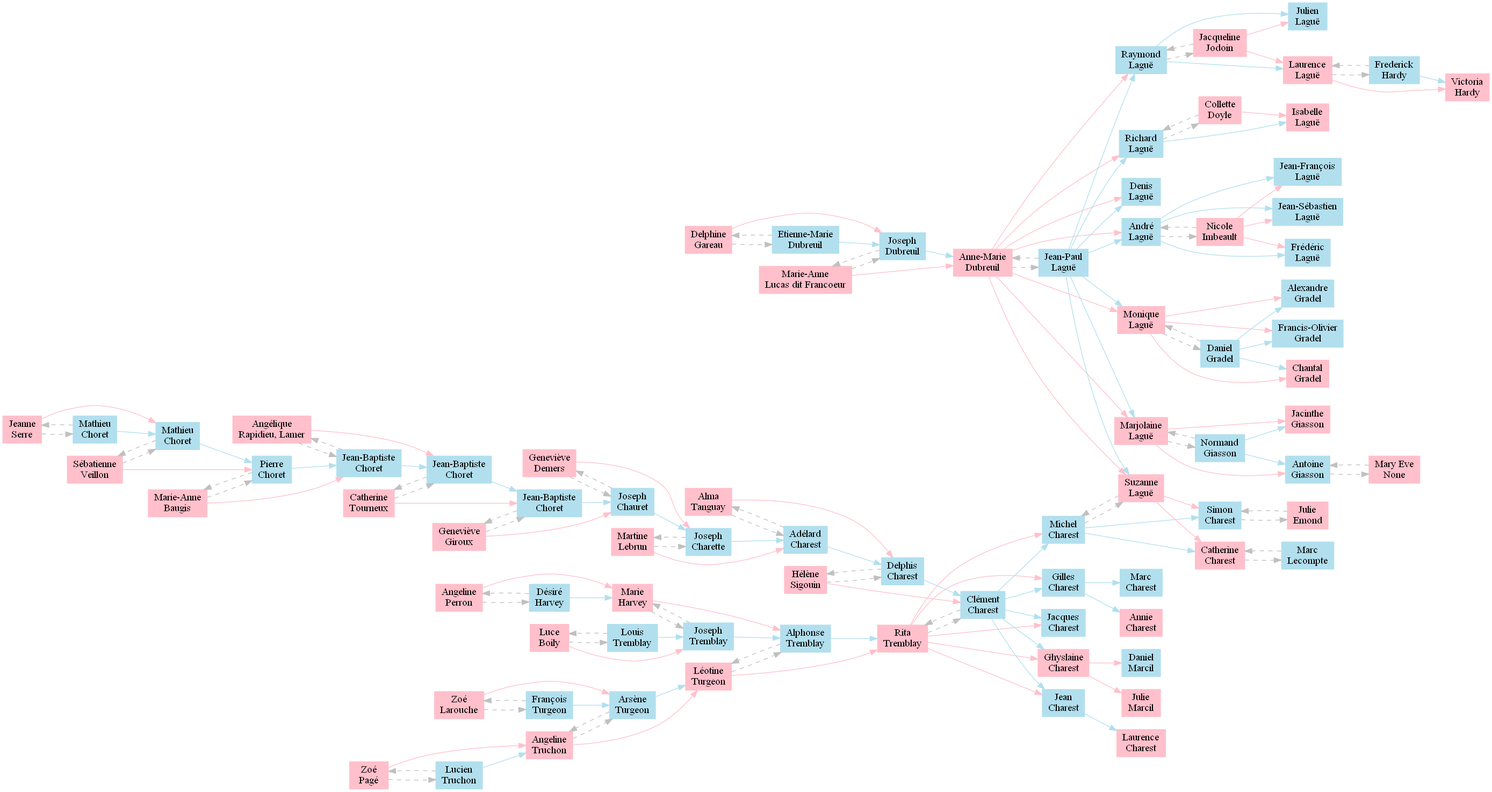
Simon-Charest/genealopy keeps this Graphviz diagram as genealopy/data/genealopy.gv.png. Above is the earlier version. Its source is kept beside it as genealopy/data/genealopy.gv.
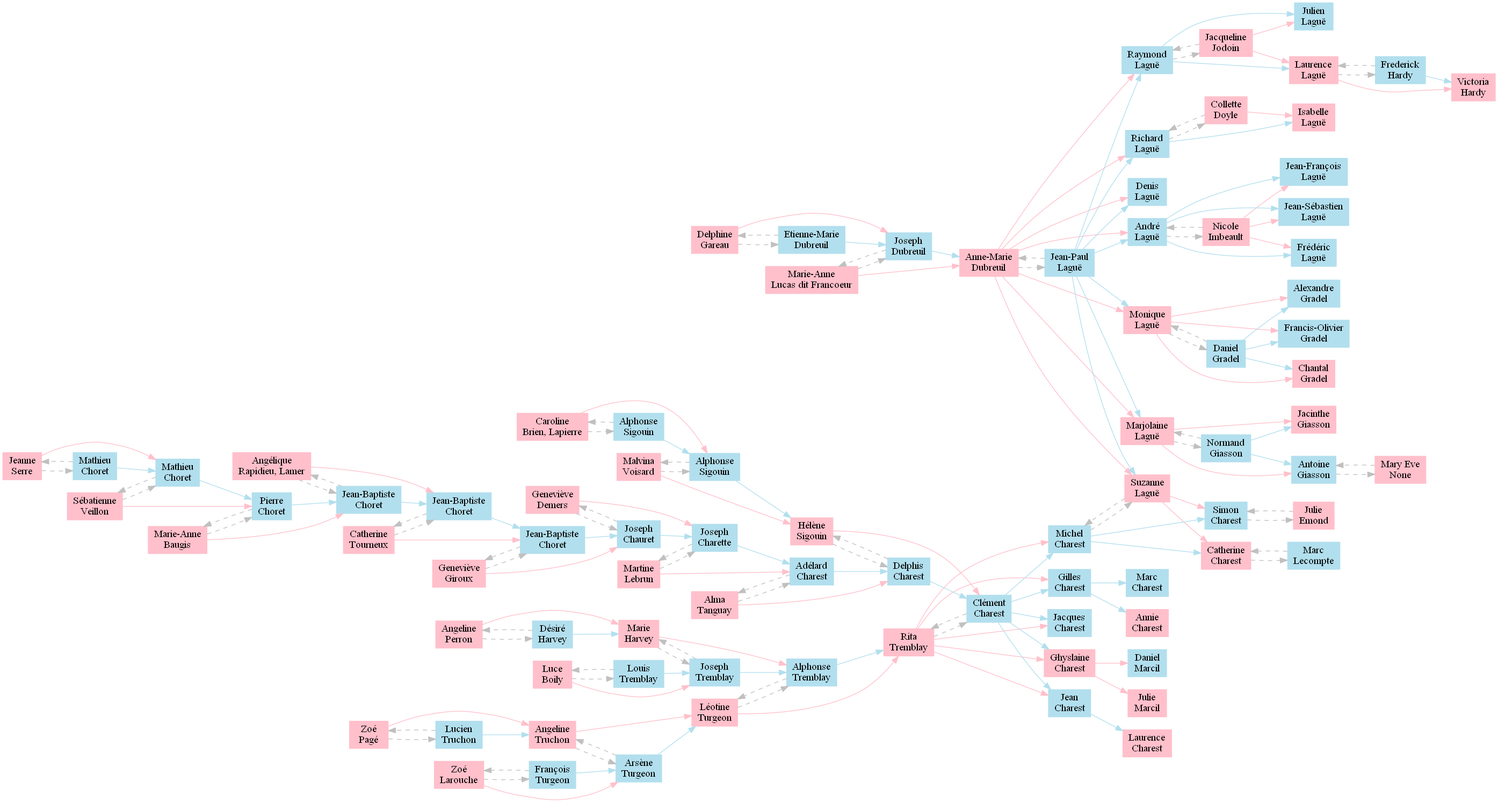
After the commit.

The edit, as a diff of the source:
```diff
@@ -351,6 +351,12 @@
 	I110 -> I109 [color=grey style=dashed]
 	511418 [label="Hélène
 Sigouin" color=pink shape=box style=filled]
+	"Malvina.Voisard" [label="Malvina
+Voisard" color=pink shape=box style=filled]
+	"Malvina.Voisard" -> 511418 [color=pink style=solid]
+	"Alphonse.Sigouin" [label="Alphonse
+Sigouin" color=lightblue2 shape=box style=filled]
+	"Alphonse.Sigouin" -> 511418 [color=lightblue2 style=solid]
 	511417 [label="Delphis
 Charest" color=lightblue2 shape=box style=filled]
 	511417 -> 511418 [color=grey style=dashed]
@@ -419,6 +425,22 @@
 	"Alphonse.Tremblay" [label="Alphonse
 Tremblay" color=lightblue2 shape=box style=filled]
 	"Alphonse.Tremblay" -> "Léotine.Turgeon" [color=grey style=dashed]
+	"Malvina.Voisard" [label="Malvina
+Voisard" color=pink shape=box style=filled]
+	"Alphonse.Sigouin" [label="Alphonse
+Sigouin" color=lightblue2 shape=box style=filled]
+	"Alphonse.Sigouin" -> "Malvina.Voisard" [color=grey style=dashed]
+	"Alphonse.Sigouin" [label="Alphonse
+Sigouin" color=lightblue2 shape=box style=filled]
+	"Caroline.Brien" [label="Caroline
+Brien, Lapierre" color=pink shape=box style=filled]
+	"Caroline.Brien" -> "Alphonse.Sigouin" [color=pink style=solid]
+	"Alexandre.Sigouin" [label="Alphonse
+Sigouin" color=lightblue2 shape=box style=filled]
+	"Alexandre.Sigouin" -> "Alphonse.Sigouin" [color=lightblue2 style=solid]
+	"Malvina.Voisard" [label="Malvina
+Voisard" color=pink shape=box style=filled]
+	"Malvina.Voisard" -> "Alphonse.Sigouin" [color=grey style=dashed]
 	I561 [label="Delphine
 Gareau" color=pink shape=box style=filled]
 	I585 [label="Etienne-Marie
@@ -429,6 +451,16 @@
 	I561 [label="Delphine
 Gareau" color=pink shape=box style=filled]
 	I561 -> I585 [color=grey style=dashed]
+	"Caroline.Brien" [label="Caroline
+Brien, Lapierre" color=pink shape=box style=filled]
+	"Alexandre.Sigouin" [label="Alphonse
+Sigouin" color=lightblue2 shape=box style=filled]
+	"Alexandre.Sigouin" -> "Caroline.Brien" [color=grey style=dashed]
+	"Alexandre.Sigouin" [label="Alphonse
+Sigouin" color=lightblue2 shape=box style=filled]
+	"Caroline.Brien" [label="Caroline
+Brien, Lapierre" color=pink shape=box style=filled]
+	"Caroline.Brien" -> "Alexandre.Sigouin" [color=grey style=dashed]
 	"Joseph.Tremblay" [label="Joseph
 Tremblay" color=lightblue2 shape=box style=filled]
 	"Luce.Boily" [label="Luce
```
